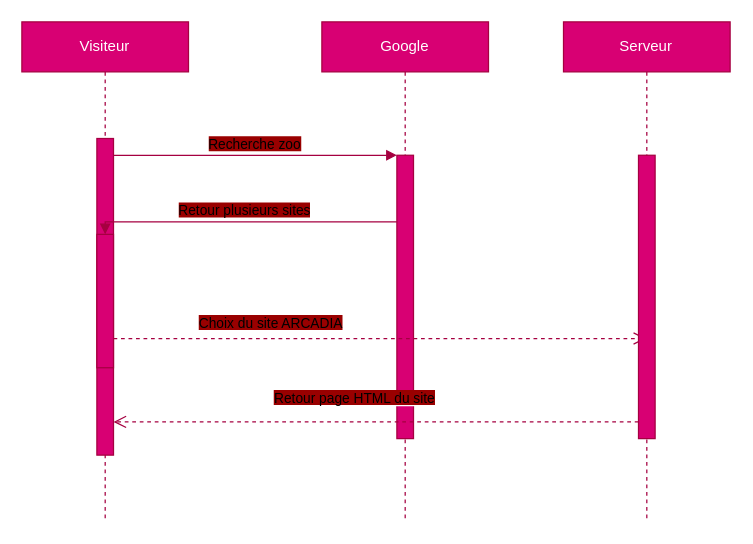
Earlier version of the draw.io diagram page "De séquence" (1 of 3) of diagrammes.drawio (danypausemitchel/monsitezoo). Source tidied: cells renumbered, new cells numbered last; positions are measured from the earlier drawing's top-left corner, leaving out a move shared by most shapes. Both pictures are drawn from the tidied source at 125%, with x=0, y=0 at pixel (21, 21).
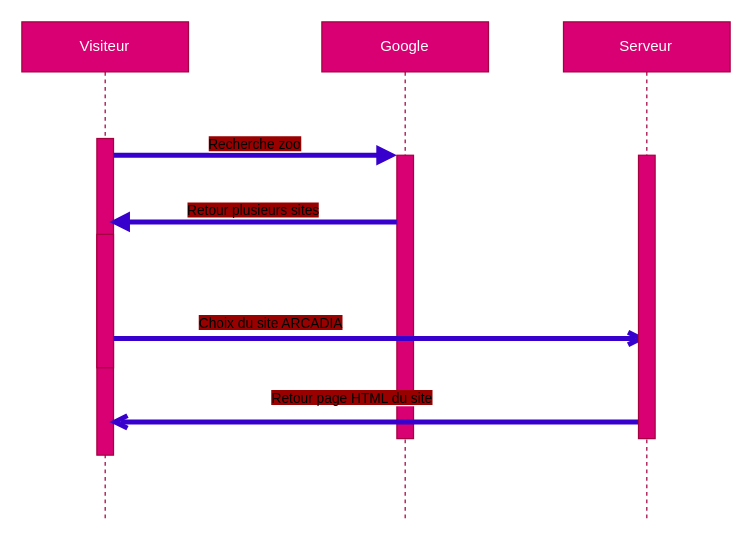
Above is the later version.

The edit, as a diff of the source:
```diff
@@
 <mxGraphModel>
   <root>
     <mxCell id="0" />
     <mxCell id="1" parent="0" />
     <mxCell id="2" value="Visiteur" style="shape=umlLifeline;perimeter=lifelinePerimeter;whiteSpace=wrap;html=1;newEdgeStyle={&quot;edgeStyle&quot;:&quot;elbowEdgeStyle&quot;,&quot;elbow&quot;:&quot;vertical&quot;,&quot;curved&quot;:0,&quot;rounded&quot;:0};fillColor=#d80073;fontColor=#ffffff;strokeColor=#A50040;" parent="1" vertex="1">
       <mxGeometry width="133.3" height="400" as="geometry" />
     </mxCell>
     <mxCell id="3" style="html=1;points=[];perimeter=orthogonalPerimeter;outlineConnect=0;targetShapes=umlLifeline;portConstraint=eastwest;newEdgeStyle={&quot;edgeStyle&quot;:&quot;elbowEdgeStyle&quot;,&quot;elbow&quot;:&quot;vertical&quot;,&quot;curved&quot;:0,&quot;rounded&quot;:0};fillColor=#d80073;fontColor=#ffffff;strokeColor=#A50040;" parent="2" vertex="1">
       <mxGeometry x="60" y="93.3" width="13.3" height="253.3" as="geometry" />
     </mxCell>
     <mxCell id="4" style="html=1;points=[];perimeter=orthogonalPerimeter;outlineConnect=0;targetShapes=umlLifeline;portConstraint=eastwest;newEdgeStyle={&quot;edgeStyle&quot;:&quot;elbowEdgeStyle&quot;,&quot;elbow&quot;:&quot;vertical&quot;,&quot;curved&quot;:0,&quot;rounded&quot;:0};fillColor=#d80073;fontColor=#ffffff;strokeColor=#A50040;" parent="2" vertex="1">
       <mxGeometry x="60" y="170" width="13.3" height="106.7" as="geometry" />
     </mxCell>
     <mxCell id="5" value="Google" style="shape=umlLifeline;perimeter=lifelinePerimeter;whiteSpace=wrap;html=1;newEdgeStyle={&quot;edgeStyle&quot;:&quot;elbowEdgeStyle&quot;,&quot;elbow&quot;:&quot;vertical&quot;,&quot;curved&quot;:0,&quot;rounded&quot;:0};fillColor=#d80073;fontColor=#ffffff;strokeColor=#A50040;" parent="1" vertex="1">
       <mxGeometry x="240" width="133.3" height="400" as="geometry" />
     </mxCell>
     <mxCell id="6" style="html=1;points=[];perimeter=orthogonalPerimeter;outlineConnect=0;targetShapes=umlLifeline;portConstraint=eastwest;newEdgeStyle={&quot;edgeStyle&quot;:&quot;elbowEdgeStyle&quot;,&quot;elbow&quot;:&quot;vertical&quot;,&quot;curved&quot;:0,&quot;rounded&quot;:0};fillColor=#d80073;fontColor=#ffffff;strokeColor=#A50040;" parent="5" vertex="1">
       <mxGeometry x="60" y="106.7" width="13.3" height="226.7" as="geometry" />
     </mxCell>
-    <mxCell id="7" value="&lt;span style=&quot;background-color: rgb(153, 0, 0);&quot;&gt;Recherche zoo&lt;/span&gt;" style="html=1;verticalAlign=bottom;endArrow=block;edgeStyle=elbowEdgeStyle;elbow=vertical;curved=0;rounded=0;fillColor=#d80073;strokeColor=#A50040;" parent="1" edge="1" source="3" target="6">
+    <mxCell id="7" value="&lt;span style=&quot;background-color: rgb(153, 0, 0);&quot;&gt;Recherche zoo&lt;/span&gt;" style="html=1;verticalAlign=bottom;endArrow=block;edgeStyle=elbowEdgeStyle;elbow=vertical;curved=0;rounded=0;fillColor=#6a00ff;strokeColor=#3700CC;strokeWidth=4;" parent="1" edge="1" source="3" target="6">
       <mxGeometry relative="1" as="geometry">
         <Array as="points">
           <mxPoint x="186.7" y="106.7" />
         </Array>
       </mxGeometry>
     </mxCell>
-    <mxCell id="8" value="&lt;span style=&quot;background-color: rgb(153, 0, 0);&quot;&gt;Retour page HTML du site&lt;/span&gt;" style="html=1;verticalAlign=bottom;endArrow=open;dashed=1;endSize=8;edgeStyle=elbowEdgeStyle;elbow=vertical;curved=0;rounded=0;fillColor=#d80073;strokeColor=#A50040;" parent="1" edge="1" source="12" target="3">
+    <mxCell id="8" value="&lt;span style=&quot;background-color: rgb(153, 0, 0);&quot;&gt;Retour page HTML du site&lt;/span&gt;" style="html=1;verticalAlign=bottom;endArrow=open;edgeStyle=elbowEdgeStyle;elbow=vertical;curved=0;rounded=0;fillColor=#6a00ff;strokeColor=#3700CC;targetPerimeterSpacing=0;jumpSize=3;strokeWidth=4;" parent="1" edge="1" source="12">
       <mxGeometry x="0.08" y="-10" relative="1" as="geometry">
+        <mxPoint x="70" y="320" as="targetPoint" />
         <Array as="points">
+          <mxPoint x="220" y="320" />
           <mxPoint x="200" y="320" />
         </Array>
       </mxGeometry>
     </mxCell>
-    <mxCell id="9" value="&lt;span style=&quot;background-color: rgb(153, 0, 0);&quot;&gt;Retour plusieurs sites&lt;/span&gt;" style="html=1;verticalAlign=bottom;endArrow=block;edgeStyle=elbowEdgeStyle;elbow=vertical;curved=0;rounded=0;fillColor=#d80073;strokeColor=#A50040;" parent="1" edge="1" source="6" target="4">
+    <mxCell id="9" value="&lt;span style=&quot;background-color: rgb(153, 0, 0);&quot;&gt;Retour plusieurs sites&lt;/span&gt;" style="html=1;verticalAlign=bottom;endArrow=block;edgeStyle=elbowEdgeStyle;elbow=vertical;curved=0;rounded=0;fillColor=#6a00ff;strokeColor=#3700CC;strokeWidth=4;endSize=6;" parent="1" edge="1" source="6">
       <mxGeometry relative="1" as="geometry">
+        <mxPoint x="70" y="160" as="targetPoint" />
         <Array as="points">
           <mxPoint x="200" y="160" />
         </Array>
       </mxGeometry>
     </mxCell>
-    <mxCell id="10" value="&lt;span style=&quot;background-color: rgb(153, 0, 0);&quot;&gt;Choix du site ARCADIA&lt;/span&gt;" style="html=1;verticalAlign=bottom;endArrow=open;dashed=1;endSize=8;edgeStyle=elbowEdgeStyle;elbow=vertical;curved=0;rounded=0;fillColor=#d80073;strokeColor=#A50040;" parent="1" edge="1" source="4" target="11">
+    <mxCell id="10" value="&lt;span style=&quot;background-color: rgb(153, 0, 0);&quot;&gt;Choix du site ARCADIA&lt;/span&gt;" style="html=1;verticalAlign=bottom;endArrow=open;endSize=6;edgeStyle=elbowEdgeStyle;elbow=vertical;curved=0;rounded=0;fillColor=#6a00ff;strokeColor=#3700CC;strokeWidth=4;" parent="1" edge="1" source="4" target="11">
       <mxGeometry x="-0.41" y="3" relative="1" as="geometry">
         <Array as="points">
           <mxPoint x="186.7" y="253.3" />
         </Array>
       </mxGeometry>
     </mxCell>
     <mxCell id="11" value="Serveur" style="shape=umlLifeline;perimeter=lifelinePerimeter;whiteSpace=wrap;html=1;outlineConnect=0;portConstraint=eastwest;newEdgeStyle={&quot;edgeStyle&quot;:&quot;elbowEdgeStyle&quot;,&quot;elbow&quot;:&quot;vertical&quot;,&quot;curved&quot;:0,&quot;rounded&quot;:0};fillColor=#d80073;fontColor=#ffffff;strokeColor=#A50040;" parent="1" vertex="1">
       <mxGeometry x="433.3" width="133.3" height="400" as="geometry" />
     </mxCell>
     <mxCell id="12" style="html=1;points=[];perimeter=orthogonalPerimeter;outlineConnect=0;targetShapes=umlLifeline;portConstraint=eastwest;newEdgeStyle={&quot;edgeStyle&quot;:&quot;elbowEdgeStyle&quot;,&quot;elbow&quot;:&quot;vertical&quot;,&quot;curved&quot;:0,&quot;rounded&quot;:0};fillColor=#d80073;fontColor=#ffffff;strokeColor=#A50040;" parent="11" vertex="1">
       <mxGeometry x="60" y="106.7" width="13.3" height="226.7" as="geometry" />
     </mxCell>
   </root>
 </mxGraphModel>
```
